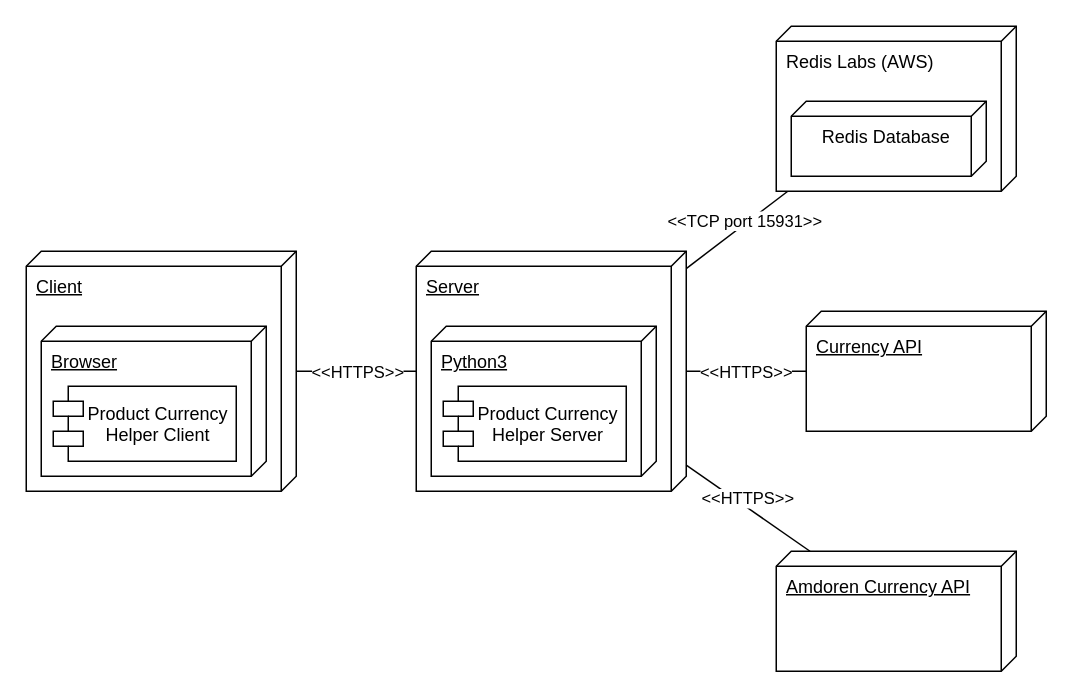
Before: $diagrams/deploymentDiagram.drawio in jinyaoMa/product-currency-helper, a draw.io diagram. Source tidied: cells renumbered, new cells numbered last; positions are measured from the earlier drawing's top-left corner, leaving out a move shared by most shapes. Both pictures are drawn from the tidied source at 150%, with x=0, y=0 at pixel (26, 26).
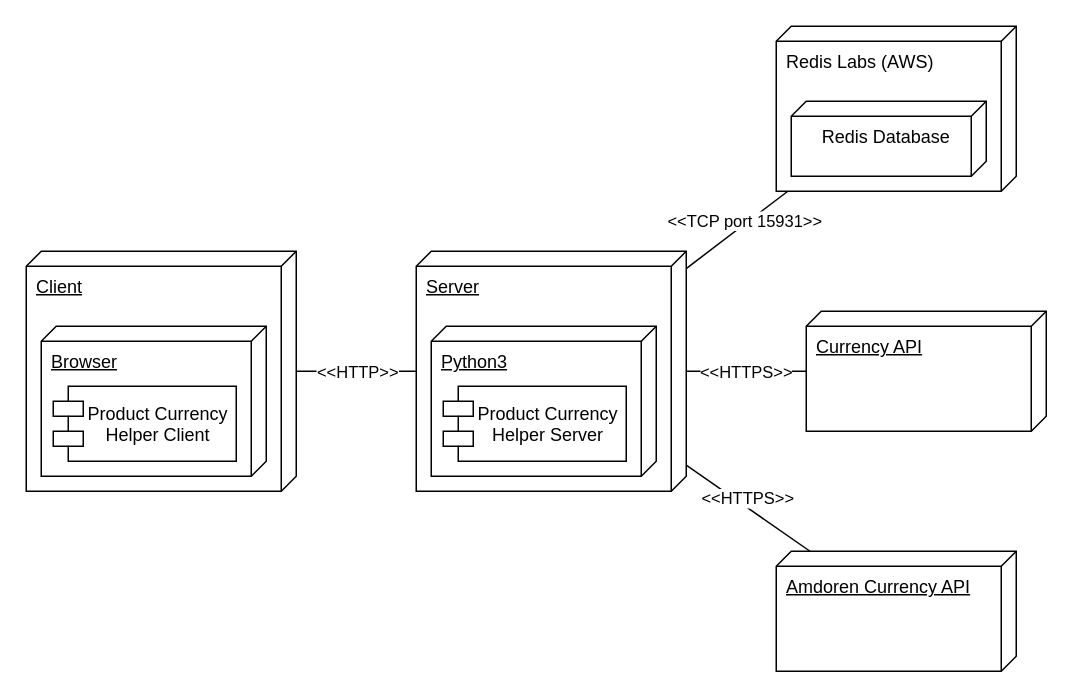
Above is the later version.

The change refers to these unchanged cells:
```xml
<mxCell id="4" style="edgeStyle=none;rounded=0;jettySize=auto;html=1;endArrow=none;endFill=0;" parent="1" edge="1" source="6" target="12">
  <mxGeometry relative="1" as="geometry" />
</mxCell>
```

Diff of the diagram source:
```diff
@@
-    <mxCell id="5" value="&amp;lt;&amp;lt;HTTPS&amp;gt;&amp;gt;" style="edgeLabel;html=1;align=center;verticalAlign=middle;" parent="4" vertex="1">
+    <mxCell id="5" value="&amp;lt;&amp;lt;HTTP&amp;gt;&amp;gt;" style="edgeLabel;html=1;align=center;verticalAlign=middle;" parent="4" vertex="1">
       <mxGeometry x="-0.36" y="-2" relative="1" as="geometry">
         <mxPoint x="14" y="-2" as="offset" />
       </mxGeometry>
     </mxCell>
```
